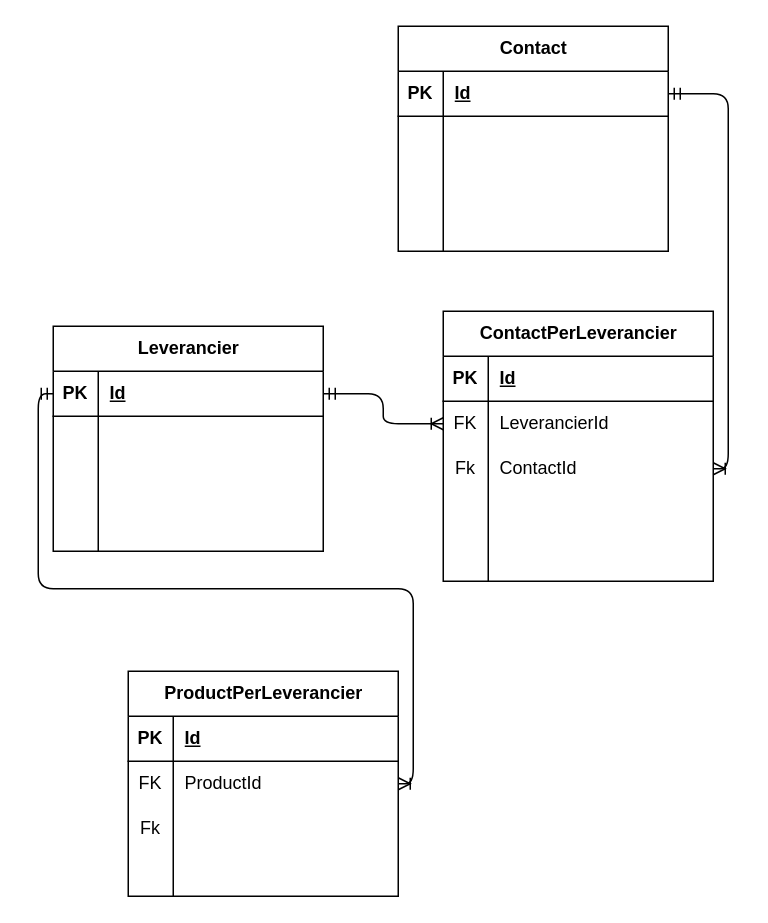
Earlier version of the draw.io diagram page "Leverancier" (2 of 2) of database/ERD/ERD-Leverancier.drawio (seppanhuis/voedselbank-dag3). Source tidied: cells renumbered, new cells numbered last; positions are measured from the earlier drawing's top-left corner, leaving out a move shared by most shapes. Both pictures are drawn from the tidied source at 150%, with x=0, y=0 at pixel (52, 26).
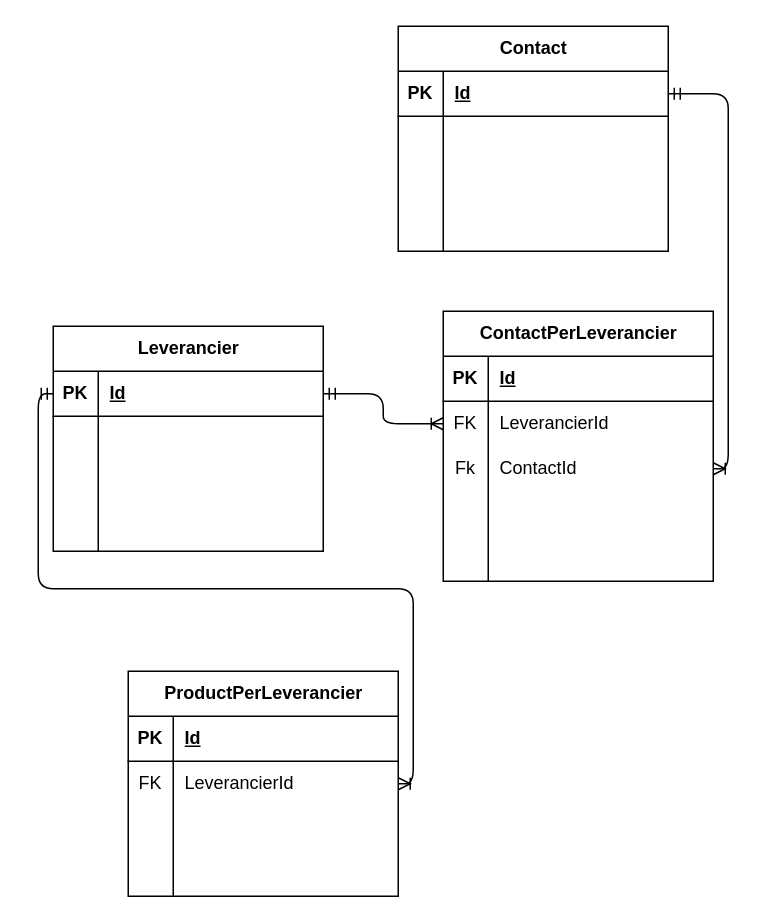
Above is the later version.

Unchanged cells that the change refers to:
```xml
<mxCell id="50" style="shape=tableRow;horizontal=0;startSize=0;swimlaneHead=0;swimlaneBody=0;fillColor=none;points=[[0,0.5],[1,0.5]];portConstraint=eastwest;top=0;left=0;right=0;bottom=0;" parent="46" vertex="1">
  <mxGeometry y="60" width="180" height="30" as="geometry" />
</mxCell>
<mxCell id="53" style="shape=tableRow;horizontal=0;startSize=0;swimlaneHead=0;swimlaneBody=0;fillColor=none;top=0;left=0;right=0;bottom=0;" parent="46" vertex="1">
  <mxGeometry y="90" width="180" height="30" as="geometry" />
</mxCell>
```

Diff of the diagram source:
```diff
@@
-    <mxCell id="52" value="ProductId" style="shape=partialRectangle;fillColor=none;top=0;left=0;bottom=0;right=0;align=left;spacingLeft=6;overflow=hidden;whiteSpace=wrap;html=1;" parent="50" vertex="1">
+    <mxCell id="52" value="LeverancierId" style="shape=partialRectangle;fillColor=none;top=0;left=0;bottom=0;right=0;align=left;spacingLeft=6;overflow=hidden;whiteSpace=wrap;html=1;" parent="50" vertex="1">
       <mxGeometry x="30" width="150" height="30" as="geometry" />
     </mxCell>
@@
-    <mxCell id="54" value="Fk" style="shape=partialRectangle;fillColor=none;top=0;left=0;bottom=0;right=0;overflow=hidden;whiteSpace=wrap;html=1;" parent="53" vertex="1">
+    <mxCell id="54" style="shape=partialRectangle;fillColor=none;top=0;left=0;bottom=0;right=0;overflow=hidden;whiteSpace=wrap;html=1;" parent="53" vertex="1">
       <mxGeometry width="30" height="30" as="geometry" />
     </mxCell>
```
